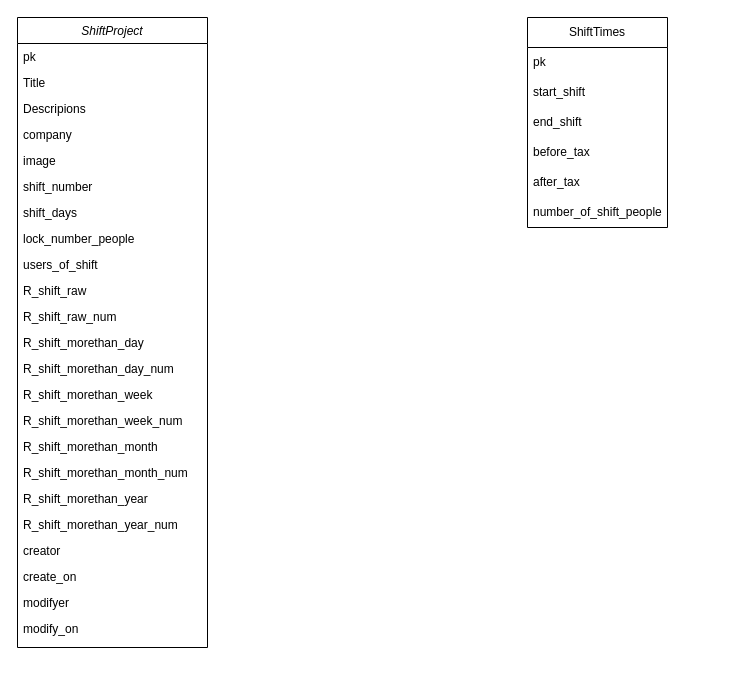
The draw.io diagram Untitled Diagram.drawio in kianoushmahboob/mmd, before the edit. Source tidied: cells renumbered, new cells numbered last; positions are measured from the earlier drawing's top-left corner, leaving out a move shared by most shapes. Both pictures are drawn from the tidied source at 100%, with x=0, y=0 at pixel (17, 17).
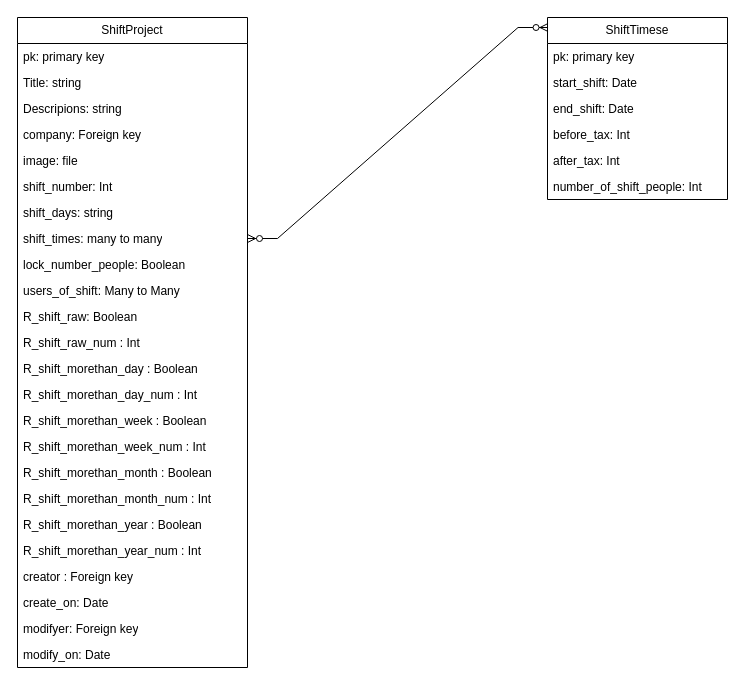
After the change.

The edit, as a diff of the source:
```diff
@@
-    <mxCell id="2" value="ShiftProject" style="swimlane;fontStyle=2;align=center;verticalAlign=top;horizontal=1;startSize=26;rounded=0;shadow=0;strokeWidth=1;" parent="1" vertex="1">
-      <mxGeometry width="190" height="630" as="geometry" />
+    <mxCell id="2" value="ShiftProject" style="swimlane;fontStyle=0;horizontal=1;startSize=26;fillColor=none;whiteSpace=wrap;html=1;" parent="1" vertex="1">
+      <mxGeometry width="230" height="650" as="geometry" />
     </mxCell>
-    <mxCell id="3" value="pk" style="text;align=left;verticalAlign=top;spacingLeft=4;spacingRight=4;overflow=hidden;" parent="2" vertex="1">
-      <mxGeometry y="26" width="190" height="26" as="geometry" />
-    </mxCell>
-    <mxCell id="4" value="Title" style="text;align=left;verticalAlign=top;spacingLeft=4;spacingRight=4;overflow=hidden;rounded=0;shadow=0;html=0;" parent="2" vertex="1">
-      <mxGeometry y="52" width="190" height="26" as="geometry" />
-    </mxCell>
-    <mxCell id="5" value="Descripions" style="text;align=left;verticalAlign=top;spacingLeft=4;spacingRight=4;overflow=hidden;rounded=0;shadow=0;html=0;" parent="2" vertex="1">
-      <mxGeometry y="78" width="190" height="26" as="geometry" />
-    </mxCell>
-    <mxCell id="6" value="company" style="text;align=left;verticalAlign=top;spacingLeft=4;spacingRight=4;overflow=hidden;rounded=0;shadow=0;html=0;" parent="2" vertex="1">
-      <mxGeometry y="104" width="190" height="26" as="geometry" />
-    </mxCell>
-    <mxCell id="7" value="image" style="text;align=left;verticalAlign=top;spacingLeft=4;spacingRight=4;overflow=hidden;rounded=0;shadow=0;html=0;" parent="2" vertex="1">
-      <mxGeometry y="130" width="190" height="26" as="geometry" />
-    </mxCell>
-    <mxCell id="8" value="shift_number" style="text;align=left;verticalAlign=top;spacingLeft=4;spacingRight=4;overflow=hidden;rounded=0;shadow=0;html=0;" parent="2" vertex="1">
-      <mxGeometry y="156" width="190" height="26" as="geometry" />
-    </mxCell>
-    <mxCell id="9" value="shift_days" style="text;align=left;verticalAlign=top;spacingLeft=4;spacingRight=4;overflow=hidden;rounded=0;shadow=0;html=0;" parent="2" vertex="1">
-      <mxGeometry y="182" width="190" height="26" as="geometry" />
-    </mxCell>
-    <mxCell id="10" value="lock_number_people" style="text;align=left;verticalAlign=top;spacingLeft=4;spacingRight=4;overflow=hidden;rounded=0;shadow=0;html=0;" parent="2" vertex="1">
-      <mxGeometry y="208" width="190" height="26" as="geometry" />
-    </mxCell>
-    <mxCell id="11" value="users_of_shift" style="text;align=left;verticalAlign=top;spacingLeft=4;spacingRight=4;overflow=hidden;rounded=0;shadow=0;html=0;" parent="2" vertex="1">
-      <mxGeometry y="234" width="190" height="26" as="geometry" />
-    </mxCell>
-    <mxCell id="12" value="R_shift_raw" style="text;align=left;verticalAlign=top;spacingLeft=4;spacingRight=4;overflow=hidden;rounded=0;shadow=0;html=0;" parent="2" vertex="1">
-      <mxGeometry y="260" width="190" height="26" as="geometry" />
-    </mxCell>
-    <mxCell id="13" value="R_shift_raw_num" style="text;align=left;verticalAlign=top;spacingLeft=4;spacingRight=4;overflow=hidden;rounded=0;shadow=0;html=0;" parent="2" vertex="1">
-      <mxGeometry y="286" width="190" height="26" as="geometry" />
-    </mxCell>
-    <mxCell id="14" value="R_shift_morethan_day " style="text;align=left;verticalAlign=top;spacingLeft=4;spacingRight=4;overflow=hidden;rounded=0;shadow=0;html=0;" parent="2" vertex="1">
-      <mxGeometry y="312" width="190" height="26" as="geometry" />
-    </mxCell>
-    <mxCell id="15" value="R_shift_morethan_day_num" style="text;align=left;verticalAlign=top;spacingLeft=4;spacingRight=4;overflow=hidden;rounded=0;shadow=0;html=0;" parent="2" vertex="1">
-      <mxGeometry y="338" width="190" height="26" as="geometry" />
-    </mxCell>
-    <mxCell id="16" value="R_shift_morethan_week" style="text;align=left;verticalAlign=top;spacingLeft=4;spacingRight=4;overflow=hidden;rounded=0;shadow=0;html=0;" parent="2" vertex="1">
-      <mxGeometry y="364" width="190" height="26" as="geometry" />
-    </mxCell>
-    <mxCell id="17" value="R_shift_morethan_week_num" style="text;align=left;verticalAlign=top;spacingLeft=4;spacingRight=4;overflow=hidden;rounded=0;shadow=0;html=0;" parent="2" vertex="1">
-      <mxGeometry y="390" width="190" height="26" as="geometry" />
-    </mxCell>
-    <mxCell id="18" value="R_shift_morethan_month" style="text;align=left;verticalAlign=top;spacingLeft=4;spacingRight=4;overflow=hidden;rounded=0;shadow=0;html=0;" parent="2" vertex="1">
-      <mxGeometry y="416" width="190" height="26" as="geometry" />
-    </mxCell>
-    <mxCell id="19" value="R_shift_morethan_month_num" style="text;align=left;verticalAlign=top;spacingLeft=4;spacingRight=4;overflow=hidden;rounded=0;shadow=0;html=0;" parent="2" vertex="1">
-      <mxGeometry y="442" width="190" height="26" as="geometry" />
-    </mxCell>
-    <mxCell id="20" value="R_shift_morethan_year" style="text;align=left;verticalAlign=top;spacingLeft=4;spacingRight=4;overflow=hidden;rounded=0;shadow=0;html=0;" parent="2" vertex="1">
-      <mxGeometry y="468" width="190" height="26" as="geometry" />
-    </mxCell>
-    <mxCell id="21" value="R_shift_morethan_year_num" style="text;align=left;verticalAlign=top;spacingLeft=4;spacingRight=4;overflow=hidden;rounded=0;shadow=0;html=0;" parent="2" vertex="1">
-      <mxGeometry y="494" width="190" height="26" as="geometry" />
-    </mxCell>
-    <mxCell id="22" value="creator" style="text;align=left;verticalAlign=top;spacingLeft=4;spacingRight=4;overflow=hidden;rounded=0;shadow=0;html=0;" parent="2" vertex="1">
-      <mxGeometry y="520" width="190" height="26" as="geometry" />
-    </mxCell>
-    <mxCell id="23" value="create_on" style="text;align=left;verticalAlign=top;spacingLeft=4;spacingRight=4;overflow=hidden;rounded=0;shadow=0;html=0;" parent="2" vertex="1">
-      <mxGeometry y="546" width="190" height="26" as="geometry" />
-    </mxCell>
-    <mxCell id="24" value="modifyer" style="text;align=left;verticalAlign=top;spacingLeft=4;spacingRight=4;overflow=hidden;rounded=0;shadow=0;html=0;" parent="2" vertex="1">
-      <mxGeometry y="572" width="190" height="26" as="geometry" />
-    </mxCell>
-    <mxCell id="25" value="modify_on" style="text;align=left;verticalAlign=top;spacingLeft=4;spacingRight=4;overflow=hidden;rounded=0;shadow=0;html=0;" parent="2" vertex="1">
-      <mxGeometry y="598" width="190" height="26" as="geometry" />
-    </mxCell>
-    <mxCell id="26" value="ShiftTimes" style="swimlane;fontStyle=0;horizontal=1;startSize=30;whiteSpace=wrap;html=1;" parent="1" vertex="1">
-      <mxGeometry x="510" width="140" height="210" as="geometry" />
-    </mxCell>
-    <mxCell id="27" value="pk" style="text;strokeColor=none;fillColor=none;align=left;verticalAlign=middle;spacingLeft=4;spacingRight=4;overflow=hidden;whiteSpace=wrap;html=1;" parent="26" vertex="1">
-      <mxGeometry y="30" width="140" height="30" as="geometry" />
-    </mxCell>
-    <mxCell id="28" value="start_shift" style="text;strokeColor=none;fillColor=none;align=left;verticalAlign=middle;spacingLeft=4;spacingRight=4;overflow=hidden;whiteSpace=wrap;html=1;" parent="26" vertex="1">
-      <mxGeometry y="60" width="140" height="30" as="geometry" />
-    </mxCell>
-    <mxCell id="29" value="end_shift" style="text;strokeColor=none;fillColor=none;align=left;verticalAlign=middle;spacingLeft=4;spacingRight=4;overflow=hidden;whiteSpace=wrap;html=1;" parent="26" vertex="1">
-      <mxGeometry y="90" width="140" height="30" as="geometry" />
-    </mxCell>
-    <mxCell id="30" value="before_tax" style="text;strokeColor=none;fillColor=none;align=left;verticalAlign=middle;spacingLeft=4;spacingRight=4;overflow=hidden;whiteSpace=wrap;html=1;" parent="26" vertex="1">
-      <mxGeometry y="120" width="140" height="30" as="geometry" />
-    </mxCell>
-    <mxCell id="31" value="after_tax" style="text;strokeColor=none;fillColor=none;align=left;verticalAlign=middle;spacingLeft=4;spacingRight=4;overflow=hidden;whiteSpace=wrap;html=1;" parent="26" vertex="1">
-      <mxGeometry y="150" width="140" height="30" as="geometry" />
-    </mxCell>
-    <mxCell id="32" value="number_of_shift_people" style="text;strokeColor=none;fillColor=none;align=left;verticalAlign=middle;spacingLeft=4;spacingRight=4;overflow=hidden;whiteSpace=wrap;html=1;" parent="26" vertex="1">
-      <mxGeometry y="180" width="140" height="30" as="geometry" />
-    </mxCell>
+    <mxCell id="33" value="pk: primary key&amp;nbsp;" style="text;strokeColor=none;fillColor=none;align=left;verticalAlign=top;spacingLeft=4;spacingRight=4;overflow=hidden;whiteSpace=wrap;html=1;" parent="2" vertex="1">
+      <mxGeometry y="26" width="230" height="26" as="geometry" />
+    </mxCell>
+    <mxCell id="34" value="Title: string" style="text;strokeColor=none;fillColor=none;align=left;verticalAlign=top;spacingLeft=4;spacingRight=4;overflow=hidden;whiteSpace=wrap;html=1;" parent="2" vertex="1">
+      <mxGeometry y="52" width="230" height="26" as="geometry" />
+    </mxCell>
+    <mxCell id="35" value="Descripions: string&amp;nbsp;" style="text;strokeColor=none;fillColor=none;align=left;verticalAlign=top;spacingLeft=4;spacingRight=4;overflow=hidden;whiteSpace=wrap;html=1;" parent="2" vertex="1">
+      <mxGeometry y="78" width="230" height="26" as="geometry" />
+    </mxCell>
+    <mxCell id="36" value="company: Foreign key" style="text;strokeColor=none;fillColor=none;align=left;verticalAlign=top;spacingLeft=4;spacingRight=4;overflow=hidden;whiteSpace=wrap;html=1;" parent="2" vertex="1">
+      <mxGeometry y="104" width="230" height="26" as="geometry" />
+    </mxCell>
+    <mxCell id="37" value="image: file" style="text;strokeColor=none;fillColor=none;align=left;verticalAlign=top;spacingLeft=4;spacingRight=4;overflow=hidden;whiteSpace=wrap;html=1;" parent="2" vertex="1">
+      <mxGeometry y="130" width="230" height="26" as="geometry" />
+    </mxCell>
+    <mxCell id="38" value="shift_number: Int&amp;nbsp;" style="text;strokeColor=none;fillColor=none;align=left;verticalAlign=top;spacingLeft=4;spacingRight=4;overflow=hidden;whiteSpace=wrap;html=1;" parent="2" vertex="1">
+      <mxGeometry y="156" width="230" height="26" as="geometry" />
+    </mxCell>
+    <mxCell id="39" value="shift_days: string" style="text;strokeColor=none;fillColor=none;align=left;verticalAlign=top;spacingLeft=4;spacingRight=4;overflow=hidden;whiteSpace=wrap;html=1;" parent="2" vertex="1">
+      <mxGeometry y="182" width="230" height="26" as="geometry" />
+    </mxCell>
+    <mxCell id="40" value="shift_times: many to many" style="text;strokeColor=none;fillColor=none;align=left;verticalAlign=top;spacingLeft=4;spacingRight=4;overflow=hidden;points=[[0,0.5],[1,0.5]];portConstraint=eastwest;whiteSpace=wrap;html=1;" parent="2" vertex="1">
+      <mxGeometry y="208" width="230" height="26" as="geometry" />
+    </mxCell>
+    <mxCell id="41" value="lock_number_people: Boolean&amp;nbsp;" style="text;strokeColor=none;fillColor=none;align=left;verticalAlign=top;spacingLeft=4;spacingRight=4;overflow=hidden;whiteSpace=wrap;html=1;" parent="2" vertex="1">
+      <mxGeometry y="234" width="230" height="26" as="geometry" />
+    </mxCell>
+    <mxCell id="42" value="users_of_shift: Many to Many&amp;nbsp;" style="text;strokeColor=none;fillColor=none;align=left;verticalAlign=top;spacingLeft=4;spacingRight=4;overflow=hidden;whiteSpace=wrap;html=1;" parent="2" vertex="1">
+      <mxGeometry y="260" width="230" height="26" as="geometry" />
+    </mxCell>
+    <mxCell id="43" value="R_shift_raw: Boolean" style="text;strokeColor=none;fillColor=none;align=left;verticalAlign=top;spacingLeft=4;spacingRight=4;overflow=hidden;whiteSpace=wrap;html=1;" parent="2" vertex="1">
+      <mxGeometry y="286" width="230" height="26" as="geometry" />
+    </mxCell>
+    <mxCell id="44" value="R_shift_raw_num : Int" style="text;strokeColor=none;fillColor=none;align=left;verticalAlign=top;spacingLeft=4;spacingRight=4;overflow=hidden;whiteSpace=wrap;html=1;" parent="2" vertex="1">
+      <mxGeometry y="312" width="230" height="26" as="geometry" />
+    </mxCell>
+    <mxCell id="45" value="R_shift_morethan_day : Boolean&amp;nbsp;" style="text;strokeColor=none;fillColor=none;align=left;verticalAlign=top;spacingLeft=4;spacingRight=4;overflow=hidden;whiteSpace=wrap;html=1;" parent="2" vertex="1">
+      <mxGeometry y="338" width="230" height="26" as="geometry" />
+    </mxCell>
+    <mxCell id="46" value="R_shift_morethan_day_num : Int" style="text;strokeColor=none;fillColor=none;align=left;verticalAlign=top;spacingLeft=4;spacingRight=4;overflow=hidden;whiteSpace=wrap;html=1;" parent="2" vertex="1">
+      <mxGeometry y="364" width="230" height="26" as="geometry" />
+    </mxCell>
+    <mxCell id="47" value="R_shift_morethan_week : Boolean" style="text;strokeColor=none;fillColor=none;align=left;verticalAlign=top;spacingLeft=4;spacingRight=4;overflow=hidden;whiteSpace=wrap;html=1;" parent="2" vertex="1">
+      <mxGeometry y="390" width="230" height="26" as="geometry" />
+    </mxCell>
+    <mxCell id="48" value="R_shift_morethan_week_num : Int" style="text;strokeColor=none;fillColor=none;align=left;verticalAlign=top;spacingLeft=4;spacingRight=4;overflow=hidden;whiteSpace=wrap;html=1;" parent="2" vertex="1">
+      <mxGeometry y="416" width="230" height="26" as="geometry" />
+    </mxCell>
+    <mxCell id="49" value="R_shift_morethan_month : Boolean" style="text;strokeColor=none;fillColor=none;align=left;verticalAlign=top;spacingLeft=4;spacingRight=4;overflow=hidden;whiteSpace=wrap;html=1;" parent="2" vertex="1">
+      <mxGeometry y="442" width="230" height="26" as="geometry" />
+    </mxCell>
+    <mxCell id="50" value="R_shift_morethan_month_num : Int" style="text;strokeColor=none;fillColor=none;align=left;verticalAlign=top;spacingLeft=4;spacingRight=4;overflow=hidden;whiteSpace=wrap;html=1;" parent="2" vertex="1">
+      <mxGeometry y="468" width="230" height="26" as="geometry" />
+    </mxCell>
+    <mxCell id="51" value="R_shift_morethan_year : Boolean" style="text;strokeColor=none;fillColor=none;align=left;verticalAlign=top;spacingLeft=4;spacingRight=4;overflow=hidden;whiteSpace=wrap;html=1;" parent="2" vertex="1">
+      <mxGeometry y="494" width="230" height="26" as="geometry" />
+    </mxCell>
+    <mxCell id="52" value="R_shift_morethan_year_num : Int" style="text;strokeColor=none;fillColor=none;align=left;verticalAlign=top;spacingLeft=4;spacingRight=4;overflow=hidden;whiteSpace=wrap;html=1;" parent="2" vertex="1">
+      <mxGeometry y="520" width="230" height="26" as="geometry" />
+    </mxCell>
+    <mxCell id="53" value="creator : Foreign key" style="text;strokeColor=none;fillColor=none;align=left;verticalAlign=top;spacingLeft=4;spacingRight=4;overflow=hidden;whiteSpace=wrap;html=1;" parent="2" vertex="1">
+      <mxGeometry y="546" width="230" height="26" as="geometry" />
+    </mxCell>
+    <mxCell id="54" value="create_on: Date" style="text;strokeColor=none;fillColor=none;align=left;verticalAlign=top;spacingLeft=4;spacingRight=4;overflow=hidden;whiteSpace=wrap;html=1;" parent="2" vertex="1">
+      <mxGeometry y="572" width="230" height="26" as="geometry" />
+    </mxCell>
+    <mxCell id="55" value="modifyer: Foreign key" style="text;strokeColor=none;fillColor=none;align=left;verticalAlign=top;spacingLeft=4;spacingRight=4;overflow=hidden;whiteSpace=wrap;html=1;" parent="2" vertex="1">
+      <mxGeometry y="598" width="230" height="26" as="geometry" />
+    </mxCell>
+    <mxCell id="56" value="modify_on: Date" style="text;strokeColor=none;fillColor=none;align=left;verticalAlign=top;spacingLeft=4;spacingRight=4;overflow=hidden;whiteSpace=wrap;html=1;" parent="2" vertex="1">
+      <mxGeometry y="624" width="230" height="26" as="geometry" />
+    </mxCell>
+    <mxCell id="57" value="ShiftTimese" style="swimlane;fontStyle=0;horizontal=1;startSize=26;fillColor=none;whiteSpace=wrap;html=1;" parent="1" vertex="1">
+      <mxGeometry x="530" width="180" height="182" as="geometry" />
+    </mxCell>
+    <mxCell id="58" value="pk: primary key&amp;nbsp;" style="text;strokeColor=none;fillColor=none;align=left;verticalAlign=top;spacingLeft=4;spacingRight=4;overflow=hidden;whiteSpace=wrap;html=1;" parent="57" vertex="1">
+      <mxGeometry y="26" width="180" height="26" as="geometry" />
+    </mxCell>
+    <mxCell id="59" value="start_shift: Date" style="text;strokeColor=none;fillColor=none;align=left;verticalAlign=top;spacingLeft=4;spacingRight=4;overflow=hidden;whiteSpace=wrap;html=1;" parent="57" vertex="1">
+      <mxGeometry y="52" width="180" height="26" as="geometry" />
+    </mxCell>
+    <mxCell id="60" value="end_shift: Date" style="text;strokeColor=none;fillColor=none;align=left;verticalAlign=top;spacingLeft=4;spacingRight=4;overflow=hidden;whiteSpace=wrap;html=1;" parent="57" vertex="1">
+      <mxGeometry y="78" width="180" height="26" as="geometry" />
+    </mxCell>
+    <mxCell id="61" value="before_tax: Int" style="text;strokeColor=none;fillColor=none;align=left;verticalAlign=top;spacingLeft=4;spacingRight=4;overflow=hidden;whiteSpace=wrap;html=1;" parent="57" vertex="1">
+      <mxGeometry y="104" width="180" height="26" as="geometry" />
+    </mxCell>
+    <mxCell id="62" value="after_tax: Int" style="text;strokeColor=none;fillColor=none;align=left;verticalAlign=top;spacingLeft=4;spacingRight=4;overflow=hidden;whiteSpace=wrap;html=1;" parent="57" vertex="1">
+      <mxGeometry y="130" width="180" height="26" as="geometry" />
+    </mxCell>
+    <mxCell id="63" value="number_of_shift_people: Int&amp;nbsp;" style="text;strokeColor=none;fillColor=none;align=left;verticalAlign=top;spacingLeft=4;spacingRight=4;overflow=hidden;whiteSpace=wrap;html=1;" parent="57" vertex="1">
+      <mxGeometry y="156" width="180" height="26" as="geometry" />
+    </mxCell>
+    <mxCell id="64" style="edgeStyle=entityRelationEdgeStyle;fontSize=12;html=1;endArrow=ERzeroToMany;endFill=1;startArrow=ERzeroToMany;rounded=0;exitX=1;exitY=0.5;exitDx=0;exitDy=0;entryX=0.003;entryY=0.055;entryDx=0;entryDy=0;entryPerimeter=0;" parent="1" edge="1" source="40" target="57">
+      <mxGeometry relative="1" as="geometry" />
+    </mxCell>
```
